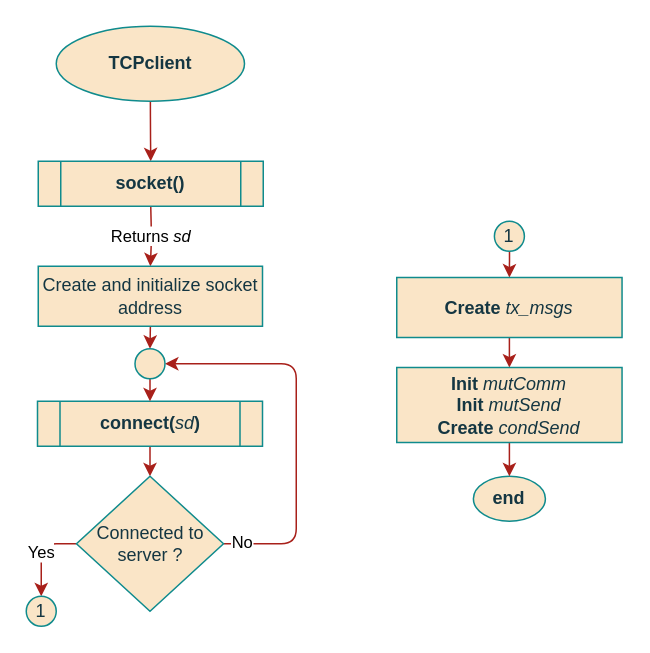
Before: page "Constructor" (2 of 6) of project/report/flowcharts/Classes/CTCPclient.drawio in ESRGgroup9/slipad, a draw.io diagram. Source tidied: cells renumbered, new cells numbered last; positions are measured from the earlier drawing's top-left corner, leaving out a move shared by most shapes. Both pictures are drawn from the tidied source at 150%, with x=0, y=0 at pixel (26, 26).
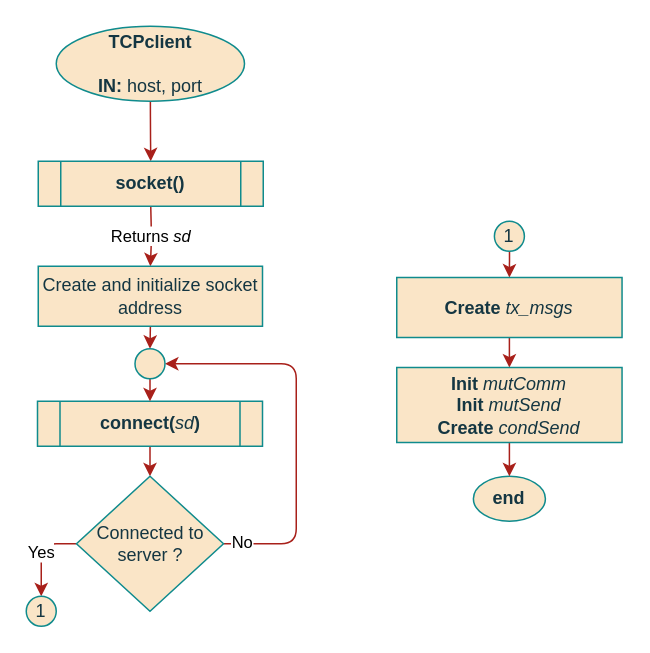
The same page after the edit.

The edit, as a diff of the source:
```diff
@@
-    <mxCell id="3" value="TCPclient" style="ellipse;whiteSpace=wrap;html=1;fillColor=#FAE5C7;strokeColor=#0F8B8D;fontColor=#143642;fontStyle=1;" parent="1" vertex="1">
+    <mxCell id="3" value="&lt;div&gt;TCPclient&lt;/div&gt;&lt;div&gt;&lt;br&gt;&lt;/div&gt;&lt;div&gt;IN: &lt;span style=&quot;font-weight: normal&quot;&gt;host, port&lt;/span&gt;&lt;br&gt;&lt;/div&gt;" style="ellipse;whiteSpace=wrap;html=1;fillColor=#FAE5C7;strokeColor=#0F8B8D;fontColor=#143642;fontStyle=1;" parent="1" vertex="1">
       <mxGeometry x="20" width="125.5" height="50" as="geometry" />
     </mxCell>
```
